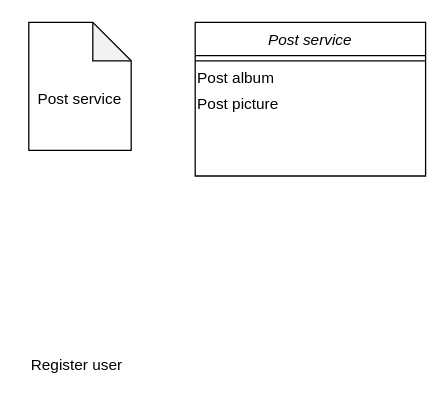
Above: page "Post service" (2 of 10) of Dijagrami.drawio in andjelijaa/XML-projekat (draw.io), before the change. Source tidied: cells renumbered, new cells numbered last; positions are measured from the earlier drawing's top-left corner, leaving out a move shared by most shapes. Both pictures are drawn from the tidied source at 128%, with x=0, y=0 at pixel (22, 22).
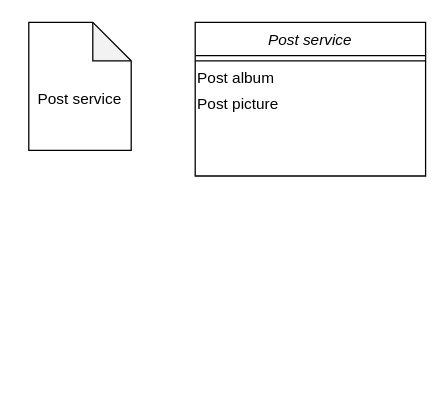
The same diagram, later.

The edit, as a diff of the source:
```diff
@@
 <mxGraphModel>
   <root>
     <mxCell id="0" />
     <mxCell id="1" parent="0" />
     <mxCell id="2" value="Post service" style="swimlane;fontStyle=2;align=center;verticalAlign=top;horizontal=1;startSize=26;rounded=0;shadow=0;strokeWidth=1;" parent="1" vertex="1">
       <mxGeometry x="135" width="180" height="120" as="geometry" />
     </mxCell>
     <mxCell id="3" style="line;html=1;strokeWidth=1;align=left;verticalAlign=middle;spacingTop=-1;spacingLeft=3;spacingRight=3;labelPosition=right;" parent="2" vertex="1">
       <mxGeometry y="26" width="180" height="8" as="geometry" />
     </mxCell>
     <mxCell id="4" value="Post album" style="text;html=1;strokeColor=none;fillColor=none;align=left;verticalAlign=middle;whiteSpace=wrap;rounded=0;" parent="2" vertex="1">
       <mxGeometry y="34" width="180" height="20" as="geometry" />
     </mxCell>
     <mxCell id="5" value="Post picture" style="text;html=1;strokeColor=none;fillColor=none;align=left;verticalAlign=middle;whiteSpace=wrap;rounded=0;" parent="2" vertex="1">
       <mxGeometry y="54" width="180" height="20" as="geometry" />
     </mxCell>
     <mxCell id="6" style="shape=note;whiteSpace=wrap;html=1;backgroundOutline=1;darkOpacity=0.05;" parent="1" vertex="1">
       <mxGeometry x="5" width="80" height="100" as="geometry" />
     </mxCell>
     <mxCell id="7" value="Post service" style="text;html=1;strokeColor=none;fillColor=none;align=center;verticalAlign=middle;whiteSpace=wrap;rounded=0;" parent="1" vertex="1">
       <mxGeometry y="50" width="90" height="20" as="geometry" />
     </mxCell>
-    <mxCell id="8" value="Register user" style="text;html=1;strokeColor=none;fillColor=none;align=left;verticalAlign=middle;whiteSpace=wrap;rounded=0;" parent="1" vertex="1">
-      <mxGeometry x="5" y="260" width="180" height="16" as="geometry" />
-    </mxCell>
   </root>
 </mxGraphModel>
```
